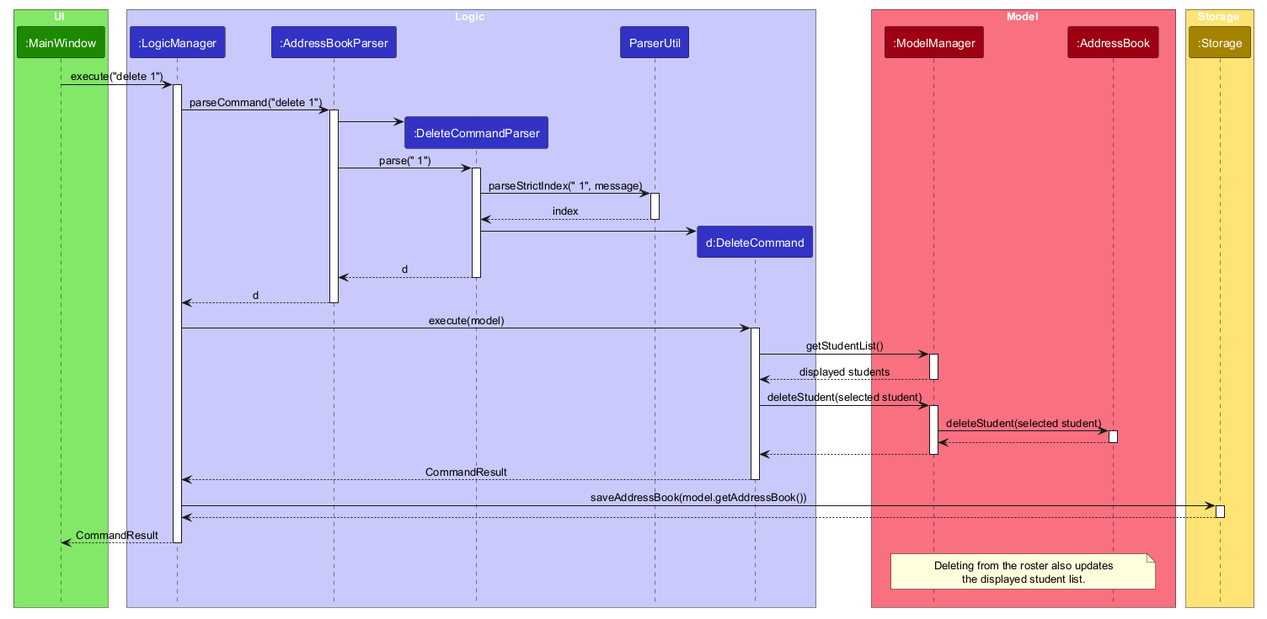
Earlier version of the PlantUML export docs/images/StudentDeleteSequenceDiagram.png (AY2627S1-CS2103-F12-1/tp).
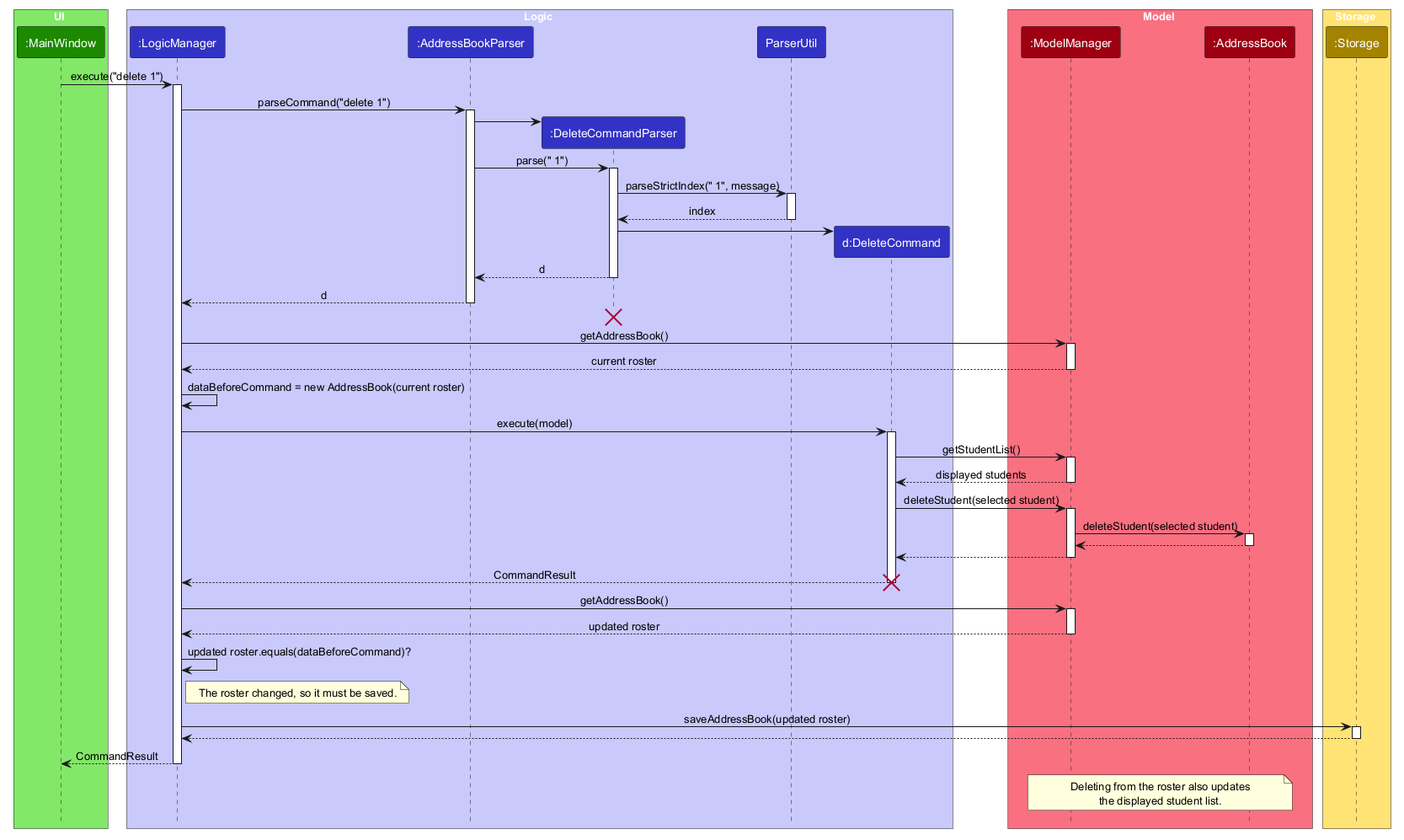
After the change.

Commit message:
Complete student use cases and deletion testing guide

Document edit and delete outcomes and show the delete save check.

Diff of the diagram source:
```diff
@@ -45,6 +45,13 @@
 deactivate DeleteCommandParser
 AddressBookParser --> LogicManager : d
 deactivate AddressBookParser
+destroy DeleteCommandParser
+
+LogicManager -> ModelManager : getAddressBook()
+activate ModelManager
+ModelManager --> LogicManager : current roster
+deactivate ModelManager
+LogicManager -> LogicManager : dataBeforeCommand = new AddressBook(current roster)
 
 LogicManager -> DeleteCommand : execute(model)
 activate DeleteCommand
@@ -64,8 +71,18 @@
 
 DeleteCommand --> LogicManager : CommandResult
 deactivate DeleteCommand
+destroy DeleteCommand
 
-LogicManager -> Storage : saveAddressBook(model.getAddressBook())
+LogicManager -> ModelManager : getAddressBook()
+activate ModelManager
+ModelManager --> LogicManager : updated roster
+deactivate ModelManager
+LogicManager -> LogicManager : updated roster.equals(dataBeforeCommand)?
+note right of LogicManager
+  The roster changed, so it must be saved.
+end note
+
+LogicManager -> Storage : saveAddressBook(updated roster)
 activate Storage
 Storage --> LogicManager
 deactivate Storage
```
